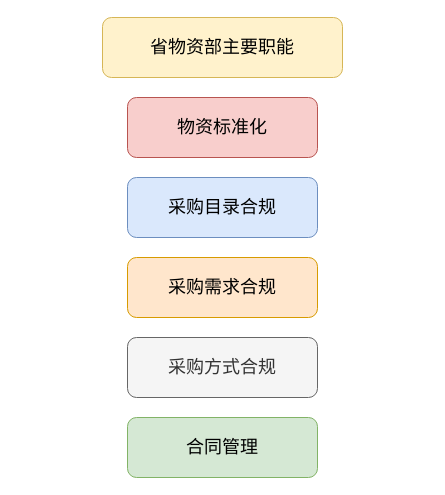
The draw.io diagram 物资计划合同处.drawio in KongValley/Bilibili-desc, before the edit. Source tidied: cells renumbered, new cells numbered last; positions are measured from the earlier drawing's top-left corner, leaving out a move shared by most shapes. Both pictures are drawn from the tidied source at 100%, with x=0, y=0 at pixel (102, 17).
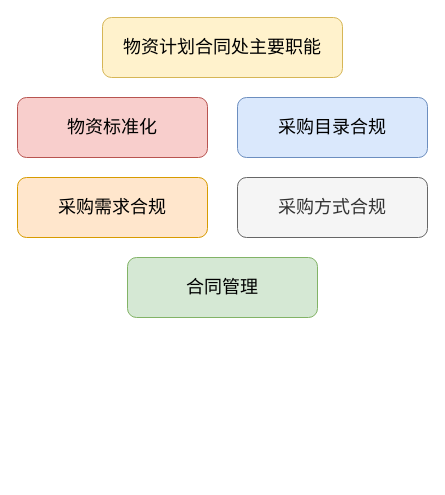
The same diagram, later.

Commit message (it also covers changes not shown here):
更新物资计划合同处.drawio

The edit, as a diff of the source:
```diff
@@
 <mxGraphModel>
   <root>
     <mxCell id="0" />
     <mxCell id="1" parent="0" />
-    <mxCell id="2" value="省物资部主要职能" style="whiteSpace=wrap;html=1;fontSize=18;fontFamily=MiSans;rounded=1;fillColor=#fff2cc;strokeColor=#d6b656;" parent="1" vertex="1">
+    <mxCell id="2" value="物资计划合同处主要职能" style="whiteSpace=wrap;html=1;fontSize=18;fontFamily=MiSans;rounded=1;fillColor=#fff2cc;strokeColor=#d6b656;" parent="1" vertex="1">
       <mxGeometry width="240" height="60" as="geometry" />
     </mxCell>
     <mxCell id="3" value="物资标准化" style="whiteSpace=wrap;html=1;fontSize=18;fontFamily=MiSans;rounded=1;fillColor=#f8cecc;strokeColor=#b85450;" parent="1" vertex="1">
-      <mxGeometry x="25" y="80" width="190" height="60" as="geometry" />
+      <mxGeometry x="-85" y="80" width="190" height="60" as="geometry" />
     </mxCell>
     <mxCell id="4" value="采购目录合规" style="whiteSpace=wrap;html=1;fontSize=18;fontFamily=MiSans;rounded=1;fillColor=#dae8fc;strokeColor=#6c8ebf;" parent="1" vertex="1">
-      <mxGeometry x="25" y="160" width="190" height="60" as="geometry" />
+      <mxGeometry x="135" y="80" width="190" height="60" as="geometry" />
     </mxCell>
     <mxCell id="5" value="采购需求合规" style="whiteSpace=wrap;html=1;fontSize=18;fontFamily=MiSans;rounded=1;fillColor=#ffe6cc;strokeColor=#d79b00;" parent="1" vertex="1">
-      <mxGeometry x="25" y="240" width="190" height="60" as="geometry" />
+      <mxGeometry x="-85" y="160" width="190" height="60" as="geometry" />
     </mxCell>
     <mxCell id="6" value="采购方式合规" style="whiteSpace=wrap;html=1;fontSize=18;fontFamily=MiSans;rounded=1;fillColor=#f5f5f5;strokeColor=#666666;fontColor=#333333;" parent="1" vertex="1">
-      <mxGeometry x="25" y="320" width="190" height="60" as="geometry" />
+      <mxGeometry x="135" y="160" width="190" height="60" as="geometry" />
     </mxCell>
     <mxCell id="7" value="合同管理" style="whiteSpace=wrap;html=1;fontSize=18;fontFamily=MiSans;rounded=1;fillColor=#d5e8d4;strokeColor=#82b366;" parent="1" vertex="1">
-      <mxGeometry x="25" y="400" width="190" height="60" as="geometry" />
+      <mxGeometry x="25" y="240" width="190" height="60" as="geometry" />
     </mxCell>
   </root>
 </mxGraphModel>
```
